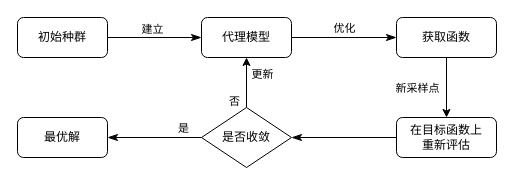
The draw.io diagram 流程图.drawio in GushanFall/draw.io, before the edit. Source tidied: cells renumbered, new cells numbered last; positions are measured from the earlier drawing's top-left corner, leaving out a move shared by most shapes. Both pictures are drawn from the tidied source at 100%, with x=0, y=0 at pixel (17, 17).
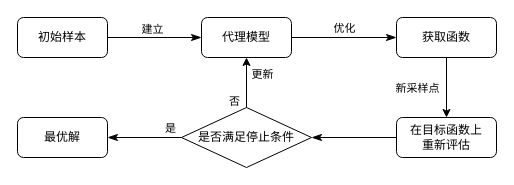
The same page after the edit.

Commit message:
更新流程图.drawio

Change to the diagram source:
```diff
@@
-    <mxCell id="4" value="初始种群" style="rounded=1;whiteSpace=wrap;html=1;fontSize=12;glass=0;strokeWidth=1;shadow=0;" parent="1" vertex="1">
+    <mxCell id="4" value="初始样本" style="rounded=1;whiteSpace=wrap;html=1;fontSize=12;glass=0;strokeWidth=1;shadow=0;" parent="1" vertex="1">
       <mxGeometry width="90" height="40" as="geometry" />
     </mxCell>
@@
-    <mxCell id="15" value="是否收敛" style="rhombus;whiteSpace=wrap;html=1;rounded=0;" parent="1" vertex="1">
-      <mxGeometry x="184" y="90" width="90" height="60" as="geometry" />
+    <mxCell id="15" value="是否满足停止条件" style="rhombus;whiteSpace=wrap;html=1;rounded=0;" parent="1" vertex="1">
+      <mxGeometry x="164" y="90" width="130" height="60" as="geometry" />
     </mxCell>
```
